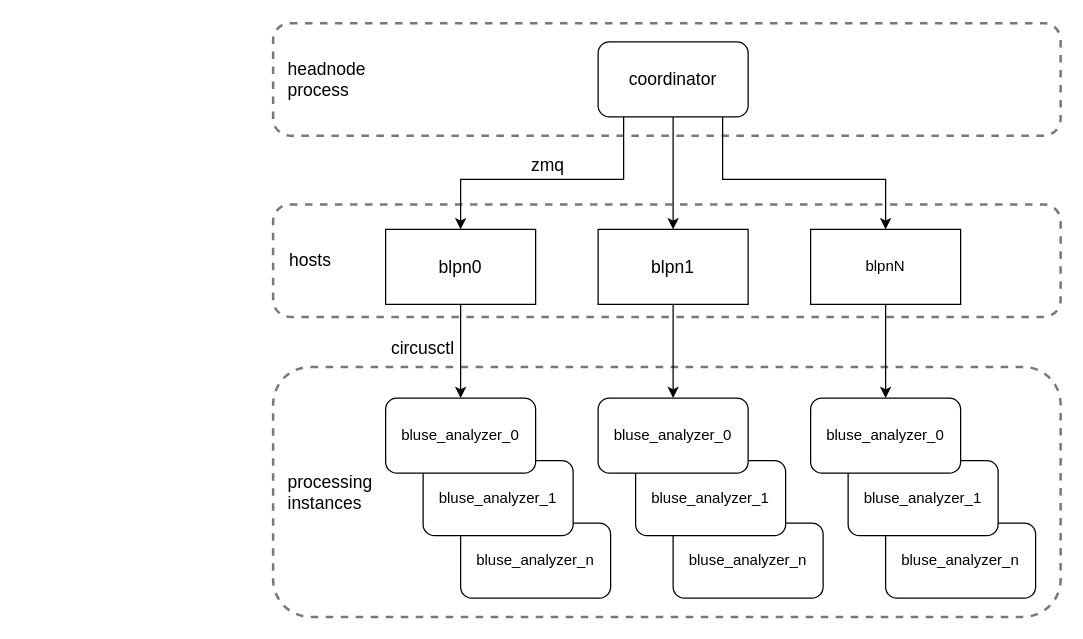
Earlier version of the draw.io diagram docs/coordinator.drawio (UCBerkeleySETI/commensal-automator). Source tidied: cells renumbered, new cells numbered last; positions are measured from the earlier drawing's top-left corner, leaving out a move shared by most shapes. Both pictures are drawn from the tidied source at 125%, with x=0, y=0 at pixel (272, 22).
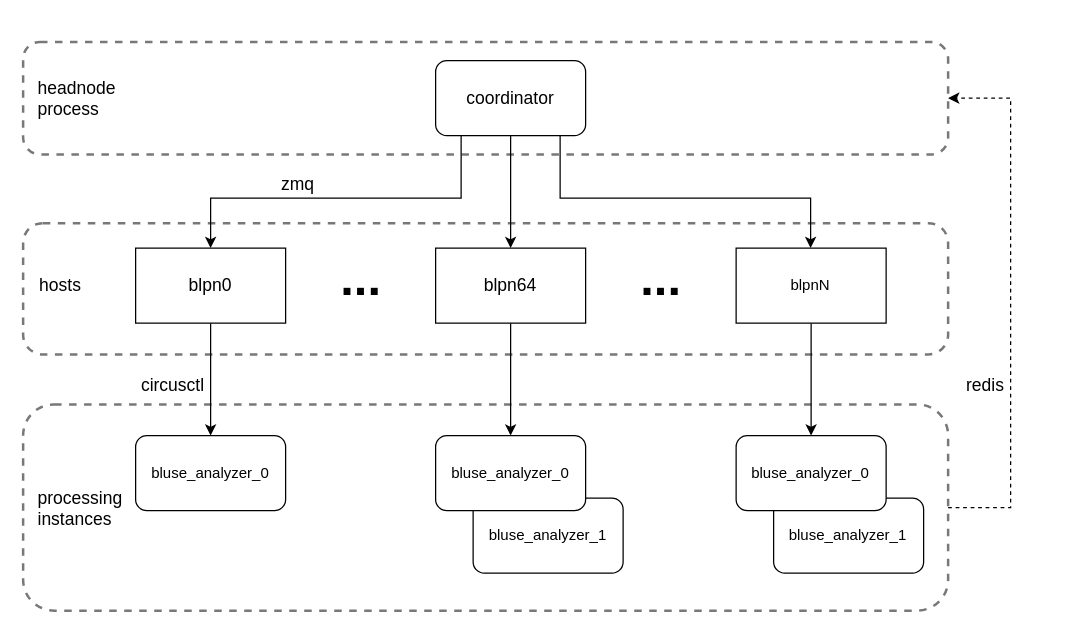
The same page after the edit.

Commit message (it also covers changes not shown here):
Update system diagram to reflect specifics of the BLUSE system.

The edit, as a diff of the source:
```diff
@@
-<mxGraphModel>
+<mxGraphModel background="#FFFFFF">
@@
     <mxCell id="2" style="rounded=1;whiteSpace=wrap;html=1;fillColor=none;strokeWidth=2;strokeColor=#787878;dashed=1;" parent="1" vertex="1">
-      <mxGeometry width="630" height="90" as="geometry" />
+      <mxGeometry x="-200" y="15" width="740" height="90" as="geometry" />
     </mxCell>
+    <mxCell id="29" style="edgeStyle=orthogonalEdgeStyle;rounded=0;jettySize=auto;html=1;exitX=1;exitY=0.5;exitDx=0;exitDy=0;entryX=1;entryY=0.5;entryDx=0;entryDy=0;dashed=1;" parent="1" edge="1" source="3" target="2">
+      <mxGeometry relative="1" as="geometry">
+        <Array as="points">
+          <mxPoint x="590" y="388" />
+          <mxPoint x="590" y="60" />
+        </Array>
+      </mxGeometry>
+    </mxCell>
     <mxCell id="3" style="rounded=1;whiteSpace=wrap;html=1;fillColor=none;strokeWidth=2;strokeColor=#787878;dashed=1;" parent="1" vertex="1">
-      <mxGeometry y="275" width="630" height="200" as="geometry" />
+      <mxGeometry x="-200" y="305" width="740" height="165" as="geometry" />
     </mxCell>
     <mxCell id="4" style="rounded=1;whiteSpace=wrap;html=1;fillColor=none;strokeWidth=2;strokeColor=#787878;dashed=1;" parent="1" vertex="1">
-      <mxGeometry y="145" width="630" height="90" as="geometry" />
+      <mxGeometry x="-200" y="160" width="740" height="105" as="geometry" />
     </mxCell>
-    <mxCell id="5" value="bluse_analyzer_n" style="rounded=1;whiteSpace=wrap;html=1;" parent="1" vertex="1">
-      <mxGeometry x="490" y="400" width="120" height="60" as="geometry" />
-    </mxCell>
-    <mxCell id="6" value="bluse_analyzer_n" style="rounded=1;whiteSpace=wrap;html=1;" parent="1" vertex="1">
-      <mxGeometry x="150" y="400" width="120" height="60" as="geometry" />
-    </mxCell>
-    <mxCell id="7" value="bluse_analyzer_n" style="rounded=1;whiteSpace=wrap;html=1;" parent="1" vertex="1">
-      <mxGeometry x="320" y="400" width="120" height="60" as="geometry" />
-    </mxCell>
@@
-    <mxCell id="9" value="blpnN" style="rounded=0;whiteSpace=wrap;html=1;" parent="1" vertex="1">
-      <mxGeometry x="430" y="165" width="120" height="60" as="geometry" />
+    <mxCell id="9" value="blpnN" style="rounded=0;whiteSpace=wrap;html=1;fillColor=#FFFFFF;" parent="1" vertex="1">
+      <mxGeometry x="370.4" y="180" width="120" height="60" as="geometry" />
     </mxCell>
@@
-    <mxCell id="11" value="&lt;font style=&quot;font-size: 14px;&quot;&gt;blpn1&lt;/font&gt;" style="rounded=0;whiteSpace=wrap;html=1;" parent="1" vertex="1">
-      <mxGeometry x="260" y="165" width="120" height="60" as="geometry" />
+    <mxCell id="11" value="&lt;font style=&quot;font-size: 14px;&quot;&gt;blpn64&lt;/font&gt;" style="rounded=0;whiteSpace=wrap;html=1;fillColor=#FFFFFF;" parent="1" vertex="1">
+      <mxGeometry x="130" y="180" width="120" height="60" as="geometry" />
     </mxCell>
-    <mxCell id="12" value="bluse_analyzer_1" style="rounded=1;whiteSpace=wrap;html=1;" parent="1" vertex="1">
-      <mxGeometry x="120" y="350" width="120" height="60" as="geometry" />
-    </mxCell>
-    <mxCell id="13" value="bluse_analyzer_0" style="rounded=1;whiteSpace=wrap;html=1;" parent="1" vertex="1">
-      <mxGeometry x="90" y="300" width="120" height="60" as="geometry" />
+    <mxCell id="13" value="bluse_analyzer_0" style="rounded=1;whiteSpace=wrap;html=1;fillColor=#FFFFFF;" parent="1" vertex="1">
+      <mxGeometry x="-110" y="330" width="120" height="60" as="geometry" />
     </mxCell>
     <mxCell id="14" style="edgeStyle=orthogonalEdgeStyle;rounded=0;jettySize=auto;html=1;exitX=0.17;exitY=1;exitDx=0;exitDy=0;exitPerimeter=0;" parent="1" edge="1" source="17" target="19">
       <mxGeometry relative="1" as="geometry">
         <Array as="points">
-          <mxPoint x="280" y="125" />
-          <mxPoint x="150" y="125" />
+          <mxPoint x="150" y="140" />
+          <mxPoint x="-50" y="140" />
         </Array>
       </mxGeometry>
     </mxCell>
@@
     <mxCell id="16" style="edgeStyle=orthogonalEdgeStyle;rounded=0;jettySize=auto;html=1;exitX=0.83;exitY=1;exitDx=0;exitDy=0;exitPerimeter=0;" parent="1" edge="1" source="17" target="9">
       <mxGeometry relative="1" as="geometry">
         <Array as="points">
-          <mxPoint x="360" y="125" />
-          <mxPoint x="490" y="125" />
+          <mxPoint x="230" y="140" />
+          <mxPoint x="430" y="140" />
         </Array>
       </mxGeometry>
     </mxCell>
-    <mxCell id="17" value="&lt;font style=&quot;font-size: 14px;&quot;&gt;coordinator&lt;/font&gt;" style="rounded=1;whiteSpace=wrap;html=1;points=[[0,0,0,0,0],[0,0.25,0,0,0],[0,0.5,0,0,0],[0,0.75,0,0,0],[0,1,0,0,0],[0.17,1,0,0,0],[0.25,0,0,0,0],[0.33,1,0,0,0],[0.5,0,0,0,0],[0.5,1,0,0,0],[0.67,1,0,0,0],[0.75,0,0,0,0],[0.83,1,0,0,0],[1,0,0,0,0],[1,0.25,0,0,0],[1,0.5,0,0,0],[1,0.75,0,0,0],[1,1,0,0,0]];" parent="1" vertex="1">
-      <mxGeometry x="260" y="15" width="120" height="60" as="geometry" />
+    <mxCell id="17" value="&lt;font style=&quot;font-size: 14px;&quot;&gt;coordinator&lt;/font&gt;" style="rounded=1;whiteSpace=wrap;html=1;points=[[0,0,0,0,0],[0,0.25,0,0,0],[0,0.5,0,0,0],[0,0.75,0,0,0],[0,1,0,0,0],[0.17,1,0,0,0],[0.25,0,0,0,0],[0.33,1,0,0,0],[0.5,0,0,0,0],[0.5,1,0,0,0],[0.67,1,0,0,0],[0.75,0,0,0,0],[0.83,1,0,0,0],[1,0,0,0,0],[1,0.25,0,0,0],[1,0.5,0,0,0],[1,0.75,0,0,0],[1,1,0,0,0]];fillColor=#FFFFFF;" parent="1" vertex="1">
+      <mxGeometry x="130" y="30" width="120" height="60" as="geometry" />
     </mxCell>
@@
-    <mxCell id="19" value="&lt;font style=&quot;font-size: 14px;&quot;&gt;blpn0&lt;/font&gt;" style="rounded=0;whiteSpace=wrap;html=1;" parent="1" vertex="1">
-      <mxGeometry x="90" y="165" width="120" height="60" as="geometry" />
+    <mxCell id="19" value="&lt;font style=&quot;font-size: 14px;&quot;&gt;blpn0&lt;/font&gt;" style="rounded=0;whiteSpace=wrap;html=1;fillColor=#FFFFFF;" parent="1" vertex="1">
+      <mxGeometry x="-110" y="180" width="120" height="60" as="geometry" />
     </mxCell>
     <mxCell id="20" value="&lt;font style=&quot;font-size: 14px;&quot;&gt;zmq&lt;/font&gt;" style="text;html=1;strokeColor=none;fillColor=none;align=center;verticalAlign=middle;whiteSpace=wrap;rounded=0;" parent="1" vertex="1">
-      <mxGeometry x="190" y="99" width="60" height="30" as="geometry" />
+      <mxGeometry x="-10" y="114" width="60" height="30" as="geometry" />
     </mxCell>
     <mxCell id="21" value="&lt;font style=&quot;font-size: 14px;&quot;&gt;circusctl&lt;/font&gt;" style="text;html=1;strokeColor=none;fillColor=none;align=center;verticalAlign=middle;whiteSpace=wrap;rounded=0;" parent="1" vertex="1">
-      <mxGeometry x="90" y="245" width="60" height="30" as="geometry" />
+      <mxGeometry x="-110" y="275" width="60" height="30" as="geometry" />
     </mxCell>
-    <mxCell id="22" value="bluse_analyzer_1" style="rounded=1;whiteSpace=wrap;html=1;" parent="1" vertex="1">
-      <mxGeometry x="290" y="350" width="120" height="60" as="geometry" />
+    <mxCell id="22" value="bluse_analyzer_1" style="rounded=1;whiteSpace=wrap;html=1;fillColor=#FFFFFF;" parent="1" vertex="1">
+      <mxGeometry x="160" y="380" width="120" height="60" as="geometry" />
     </mxCell>
-    <mxCell id="23" value="bluse_analyzer_0" style="rounded=1;whiteSpace=wrap;html=1;" parent="1" vertex="1">
-      <mxGeometry x="260" y="300" width="120" height="60" as="geometry" />
+    <mxCell id="23" value="bluse_analyzer_0" style="rounded=1;whiteSpace=wrap;html=1;fillColor=#FFFFFF;" parent="1" vertex="1">
+      <mxGeometry x="130" y="330" width="120" height="60" as="geometry" />
     </mxCell>
-    <mxCell id="24" value="bluse_analyzer_1" style="rounded=1;whiteSpace=wrap;html=1;" parent="1" vertex="1">
-      <mxGeometry x="460" y="350" width="120" height="60" as="geometry" />
+    <mxCell id="24" value="bluse_analyzer_1" style="rounded=1;whiteSpace=wrap;html=1;fillColor=#FFFFFF;" parent="1" vertex="1">
+      <mxGeometry x="400.4" y="380" width="120" height="60" as="geometry" />
     </mxCell>
-    <mxCell id="25" value="bluse_analyzer_0" style="rounded=1;whiteSpace=wrap;html=1;" parent="1" vertex="1">
-      <mxGeometry x="430" y="300" width="120" height="60" as="geometry" />
+    <mxCell id="25" value="bluse_analyzer_0" style="rounded=1;whiteSpace=wrap;html=1;fillColor=#FFFFFF;" parent="1" vertex="1">
+      <mxGeometry x="370.4" y="330" width="120" height="60" as="geometry" />
     </mxCell>
     <mxCell id="26" value="&lt;font style=&quot;font-size: 14px;&quot;&gt;hosts&lt;/font&gt;" style="text;html=1;strokeColor=none;fillColor=none;align=center;verticalAlign=middle;whiteSpace=wrap;rounded=0;" parent="1" vertex="1">
-      <mxGeometry y="175" width="60" height="30" as="geometry" />
+      <mxGeometry x="-200" y="195" width="60" height="30" as="geometry" />
     </mxCell>
     <mxCell id="27" value="&lt;div style=&quot;font-size: 14px;&quot; align=&quot;left&quot;&gt;&lt;font style=&quot;font-size: 14px;&quot;&gt;processing &lt;br&gt;&lt;/font&gt;&lt;/div&gt;&lt;div style=&quot;font-size: 14px;&quot; align=&quot;left&quot;&gt;&lt;font style=&quot;font-size: 14px;&quot;&gt;instances&lt;br&gt;&lt;/font&gt;&lt;/div&gt;" style="text;html=1;strokeColor=none;fillColor=none;align=left;verticalAlign=middle;whiteSpace=wrap;rounded=0;" parent="1" vertex="1">
-      <mxGeometry x="10" y="360" width="60" height="30" as="geometry" />
+      <mxGeometry x="-190" y="372.5" width="60" height="30" as="geometry" />
     </mxCell>
     <mxCell id="28" value="&lt;div style=&quot;font-size: 14px;&quot; align=&quot;left&quot;&gt;&lt;font style=&quot;font-size: 14px;&quot;&gt;headnode process&lt;/font&gt;&lt;br&gt;&lt;/div&gt;" style="text;html=1;strokeColor=none;fillColor=none;align=left;verticalAlign=middle;whiteSpace=wrap;rounded=0;" parent="1" vertex="1">
-      <mxGeometry x="10" y="30" width="60" height="30" as="geometry" />
+      <mxGeometry x="-190" y="45" width="60" height="30" as="geometry" />
     </mxCell>
+    <mxCell id="30" value="&lt;b&gt;&lt;font style=&quot;font-size: 39px;&quot;&gt;...&lt;/font&gt;&lt;/b&gt;" style="text;html=1;align=center;verticalAlign=middle;strokeColor=none;fillColor=none;" parent="1" vertex="1">
+      <mxGeometry x="280" y="175" width="60" height="60" as="geometry" />
+    </mxCell>
+    <mxCell id="31" value="&lt;b&gt;&lt;font style=&quot;font-size: 39px;&quot;&gt;...&lt;/font&gt;&lt;/b&gt;" style="text;html=1;align=center;verticalAlign=middle;strokeColor=none;fillColor=none;" parent="1" vertex="1">
+      <mxGeometry x="40" y="175" width="60" height="60" as="geometry" />
+    </mxCell>
+    <mxCell id="32" value="&lt;font style=&quot;font-size: 14px;&quot;&gt;redis&lt;/font&gt;" style="text;html=1;strokeColor=none;fillColor=none;align=center;verticalAlign=middle;whiteSpace=wrap;rounded=0;" parent="1" vertex="1">
+      <mxGeometry x="540" y="275" width="60" height="30" as="geometry" />
+    </mxCell>
```
